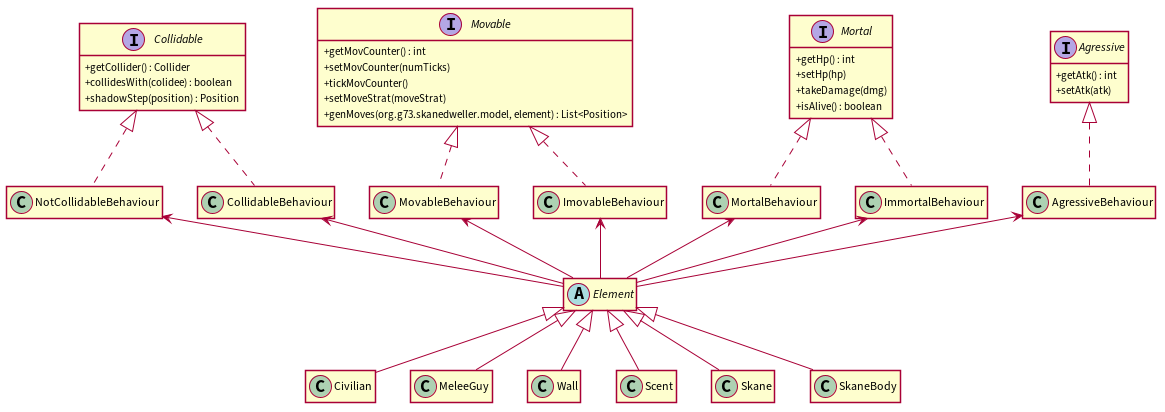
JoaoCostaIFG/LPOO keeps this PlantUML diagram as docs/uml/element.png. Above is the earlier version.
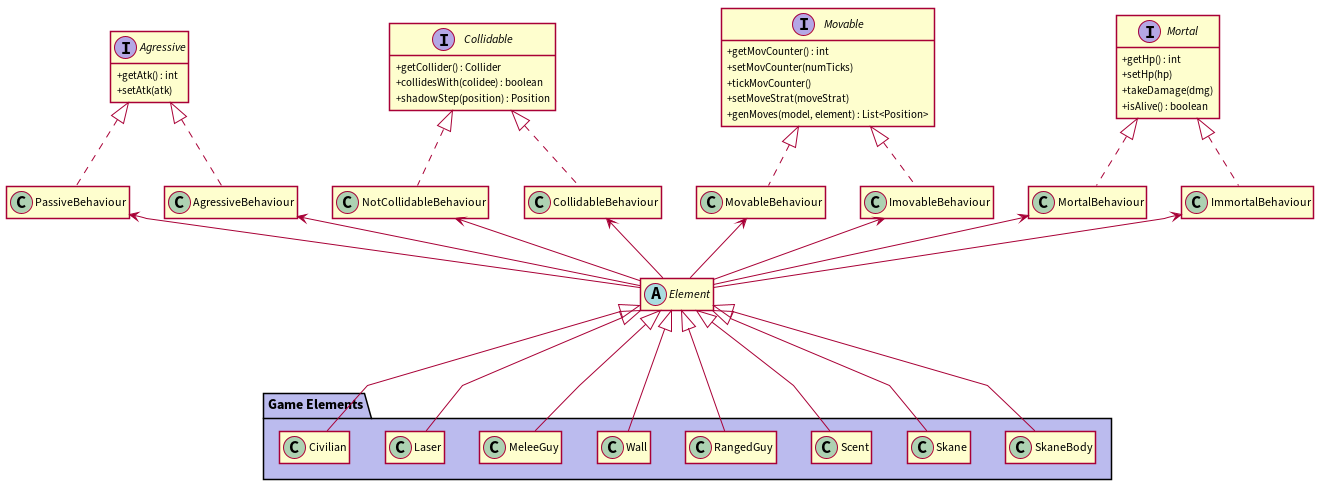
The same file after the commit.

Commit message:
Update: Game element hierarchy UML class diagram and its entry on the report.

The edit, as a diff of the source:
```diff
@@ -4,6 +4,7 @@
 skinparam classAttributeIconSize 0
 skinparam linetype polyline
 skinparam shadowing false
+
 
 interface Agressive {
   + getAtk() : int
@@ -25,7 +26,7 @@
   + setMovCounter(numTicks)
   + tickMovCounter()
   + setMoveStrat(moveStrat)
-  + genMoves(org.g73.skanedweller.model, element) : List<Position>
+  + genMoves(model, element) : List<Position>
 }
 
 class AgressiveBehaviour {}
@@ -35,16 +36,22 @@
 class MortalBehaviour {}
 class MovableBehaviour {}
 class NotCollidableBehaviour {}
+class PassiveBehaviour {}
 
 abstract class Element {}
 
-class Civilian {}
-class MeleeGuy {}
-class Wall {}
 
-class Scent {}
-class Skane {}
-class SkaneBody {}
+package "Game Elements" #BBBBEE {
+  class Civilian {}
+  class Laser {}
+  class MeleeGuy {}
+  class Wall {}
+  class RangedGuy {}
+  class Scent {}
+  class Skane {}
+  class SkaneBody {}
+}
+
 
 AgressiveBehaviour .up.^ Agressive
 CollidableBehaviour .up.^ Collidable
@@ -53,6 +60,7 @@
 MortalBehaviour .up.^ Mortal
 MovableBehaviour .up.^ Movable
 NotCollidableBehaviour .up.^ Collidable
+PassiveBehaviour .up.^ Agressive
 
 Element -up-> AgressiveBehaviour
 Element -up-> CollidableBehaviour
@@ -61,12 +69,15 @@
 Element -up-> MortalBehaviour
 Element -up-> MovableBehaviour
 Element -up-> NotCollidableBehaviour
+Element -up-> PassiveBehaviour
 
-Civilian -up-^ Element
-MeleeGuy -up-^ Element
-Wall -up-^ Element
-Scent -up-^ Element
-Skane -up-^ Element
-SkaneBody -up-^ Element
+Civilian --up-^ Element
+Laser --up-^ Element
+MeleeGuy --up-^ Element
+Wall --up-^ Element
+RangedGuy --up-^ Element
+Scent --up-^ Element
+Skane --up-^ Element
+SkaneBody --up-^ Element
 
 @enduml
```
